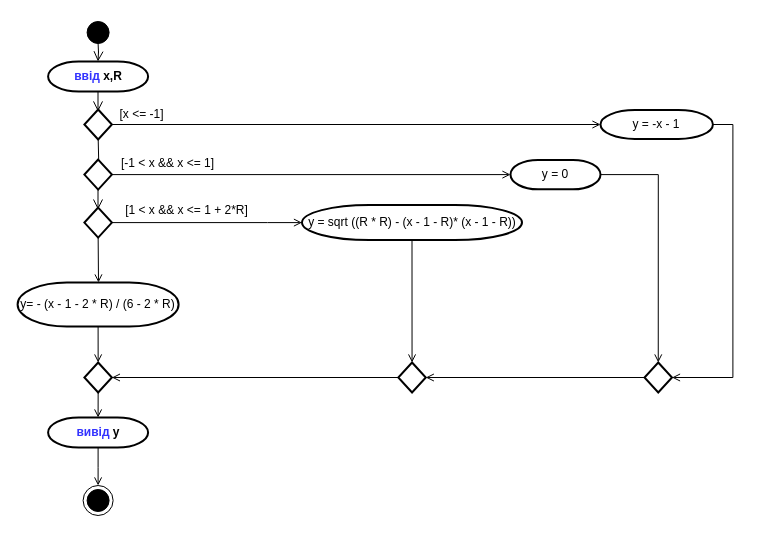
Before: page "Сторінка-2" (2 of 2) of lab_3.3 uml.drawio in viksi01/lab_3.3, a draw.io diagram. Source tidied: cells renumbered, new cells numbered last; positions are measured from the earlier drawing's top-left corner, leaving out a move shared by most shapes. Both pictures are drawn from the tidied source at 100%, with x=0, y=0 at pixel (17, 17).
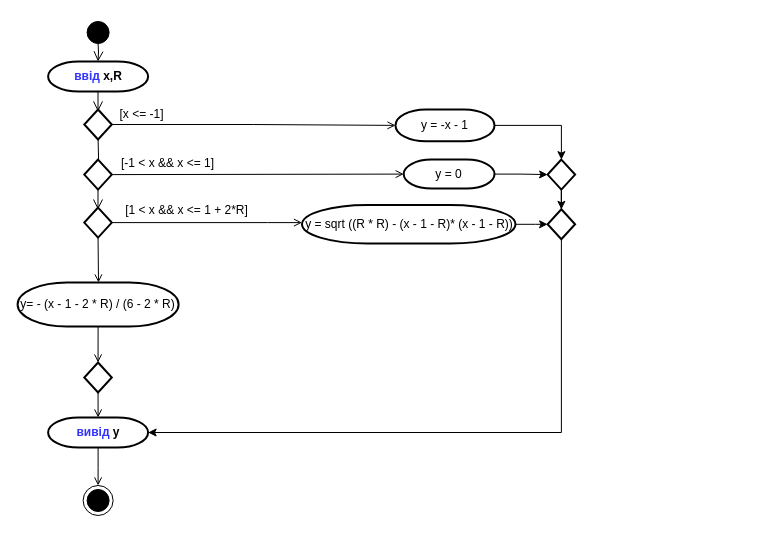
After the change.

Unchanged cells that the change refers to:
```xml
<mxCell id="28" value="&lt;font color=&quot;#3333ff&quot;&gt;вивід&lt;/font&gt; y" style="strokeWidth=2;html=1;shape=mxgraph.flowchart.terminator;whiteSpace=wrap;fontStyle=1;fontSize=12;" parent="1" vertex="1">
  <mxGeometry x="30.6" y="400" width="100" height="30" as="geometry" />
</mxCell>
```

Diff of the diagram source:
```diff
@@
     <mxCell id="6" style="rhombus;whiteSpace=wrap;html=1;strokeWidth=2;fontStyle=0;fontSize=12;" parent="1" vertex="1">
-      <mxGeometry x="66.9" y="92" width="27.5" height="30" as="geometry" />
+      <mxGeometry x="66.8" y="92" width="27.5" height="30" as="geometry" />
     </mxCell>
     <mxCell id="7" style="edgeStyle=orthogonalEdgeStyle;rounded=0;jettySize=auto;html=1;endArrow=open;endFill=0;strokeColor=#000000;fontStyle=0;fontSize=12;" parent="1" edge="1" target="8">
       <mxGeometry relative="1" as="geometry">
-        <mxPoint x="80.7" y="122" as="sourcePoint" />
+        <mxPoint x="80.6" y="122" as="sourcePoint" />
       </mxGeometry>
     </mxCell>
     <mxCell id="8" style="rhombus;whiteSpace=wrap;html=1;strokeWidth=2;fontStyle=0;fontSize=12;" parent="1" vertex="1">
-      <mxGeometry x="66.9" y="142.1" width="27.5" height="30" as="geometry" />
+      <mxGeometry x="66.8" y="142.1" width="27.5" height="30" as="geometry" />
     </mxCell>
@@
     <mxCell id="11" style="rhombus;whiteSpace=wrap;html=1;strokeWidth=2;fontStyle=0;fontSize=12;" parent="1" vertex="1">
-      <mxGeometry x="66.9" y="345" width="27.5" height="30" as="geometry" />
+      <mxGeometry x="66.8" y="345" width="27.5" height="30" as="geometry" />
     </mxCell>
@@
-    <mxCell id="14" style="edgeStyle=orthogonalEdgeStyle;rounded=0;jettySize=auto;html=1;entryX=1;entryY=0.5;entryDx=0;entryDy=0;exitX=1;exitY=0.5;exitDx=0;exitDy=0;exitPerimeter=0;endArrow=open;endFill=0;" parent="1" edge="1" source="15" target="34">
-      <mxGeometry relative="1" as="geometry" />
-    </mxCell>
+    <mxCell id="35" style="edgeStyle=orthogonalEdgeStyle;rounded=0;jettySize=auto;html=1;" parent="1" edge="1" source="15" target="39">
+      <mxGeometry relative="1" as="geometry" />
+    </mxCell>
     <mxCell id="15" value="&lt;font style=&quot;font-size: 12px;&quot;&gt;y = -x - 1&lt;br style=&quot;font-size: 12px;&quot;&gt;&lt;/font&gt;" style="strokeWidth=2;html=1;shape=mxgraph.flowchart.terminator;whiteSpace=wrap;rounded=1;fontStyle=0;fontSize=12;" parent="1" vertex="1">
-      <mxGeometry x="583" y="92.6" width="112.4" height="28.8" as="geometry" />
+      <mxGeometry x="378" y="92" width="99" height="31.8" as="geometry" />
     </mxCell>
-    <mxCell id="16" style="edgeStyle=orthogonalEdgeStyle;rounded=0;jettySize=auto;html=1;endArrow=open;endFill=0;entryX=0.5;entryY=0;entryDx=0;entryDy=0;fontSize=12;fontStyle=0;" parent="1" edge="1" source="17" target="34">
-      <mxGeometry relative="1" as="geometry" />
-    </mxCell>
+    <mxCell id="36" style="edgeStyle=orthogonalEdgeStyle;rounded=0;jettySize=auto;html=1;" parent="1" edge="1" source="17" target="39">
+      <mxGeometry relative="1" as="geometry" />
+    </mxCell>
     <mxCell id="17" value="&lt;font style=&quot;font-size: 12px;&quot;&gt;y = 0&lt;/font&gt;" style="strokeWidth=2;html=1;shape=mxgraph.flowchart.terminator;whiteSpace=wrap;rounded=1;fontStyle=0;fontSize=12;" parent="1" vertex="1">
-      <mxGeometry x="493" y="142.4" width="90" height="29.4" as="geometry" />
+      <mxGeometry x="386.2" y="142.1" width="90.8" height="29" as="geometry" />
     </mxCell>
@@
     <mxCell id="20" value="&lt;span style=&quot;font-size: 12px;&quot;&gt;[x &amp;lt;= -1]&lt;/span&gt;" style="text;html=1;align=center;verticalAlign=middle;strokeColor=none;fillColor=none;fontSize=12;fontStyle=0;" parent="1" vertex="1">
-      <mxGeometry x="93.4" y="84" width="62" height="26" as="geometry" />
+      <mxGeometry x="93.3" y="84" width="62" height="26" as="geometry" />
     </mxCell>
@@
     <mxCell id="24" style="rhombus;whiteSpace=wrap;html=1;strokeWidth=2;fontStyle=0;fontSize=12;" parent="1" vertex="1">
-      <mxGeometry x="66.9" y="190.1" width="27.5" height="30" as="geometry" />
+      <mxGeometry x="66.8" y="190.1" width="27.5" height="30" as="geometry" />
     </mxCell>
+    <mxCell id="30" style="edgeStyle=orthogonalEdgeStyle;rounded=0;jettySize=auto;html=1;entryX=0;entryY=0.5;entryDx=0;entryDy=0;" parent="1" edge="1" source="25" target="32">
+      <mxGeometry relative="1" as="geometry" />
+    </mxCell>
     <mxCell id="25" value="y = sqrt ((R * R) - (x - 1 - R)* (x - 1 - R))" style="strokeWidth=2;html=1;shape=mxgraph.flowchart.terminator;whiteSpace=wrap;rounded=1;fontStyle=0;fontSize=12;" parent="1" vertex="1">
-      <mxGeometry x="284.5" y="187.5" width="220" height="35.1" as="geometry" />
+      <mxGeometry x="284.5" y="187.5" width="213.5" height="38.5" as="geometry" />
     </mxCell>
     <mxCell id="26" value="&lt;span style=&quot;font-size: 12px;&quot;&gt;[1 &amp;lt; x &amp;amp;&amp;amp; x &amp;lt;= 1 + 2*R]&lt;/span&gt;" style="text;html=1;align=center;verticalAlign=middle;strokeColor=none;fillColor=none;fontSize=12;fontStyle=0;" parent="1" vertex="1">
-      <mxGeometry x="98.4" y="180" width="141" height="26" as="geometry" />
+      <mxGeometry x="98.3" y="180" width="141" height="26" as="geometry" />
     </mxCell>
@@
-    <mxCell id="30" style="endArrow=open;html=1;rounded=0;fontSize=12;exitX=0.5;exitY=1;exitDx=0;exitDy=0;exitPerimeter=0;entryX=0.5;entryY=0;entryDx=0;entryDy=0;endFill=0;fontStyle=0;" parent="1" edge="1" source="25" target="32">
-      <mxGeometry relative="1" as="geometry" />
-    </mxCell>
-    <mxCell id="31" style="edgeStyle=orthogonalEdgeStyle;rounded=0;jettySize=auto;html=1;fontSize=12;endArrow=open;endFill=0;entryX=1;entryY=0.5;entryDx=0;entryDy=0;fontStyle=0;" parent="1" edge="1" source="32" target="11">
-      <mxGeometry relative="1" as="geometry" />
-    </mxCell>
+    <mxCell id="37" style="edgeStyle=orthogonalEdgeStyle;rounded=0;jettySize=auto;html=1;entryX=1;entryY=0.5;entryDx=0;entryDy=0;entryPerimeter=0;" parent="1" edge="1" source="32" target="28">
+      <mxGeometry relative="1" as="geometry">
+        <Array as="points">
+          <mxPoint x="544.1" y="415" />
+        </Array>
+      </mxGeometry>
+    </mxCell>
     <mxCell id="32" style="rhombus;whiteSpace=wrap;html=1;strokeWidth=2;fontStyle=0;fontSize=12;" parent="1" vertex="1">
-      <mxGeometry x="380.8" y="345" width="27.5" height="30" as="geometry" />
+      <mxGeometry x="530.1" y="191.8" width="27.5" height="30" as="geometry" />
     </mxCell>
-    <mxCell id="33" style="edgeStyle=orthogonalEdgeStyle;rounded=0;jettySize=auto;html=1;endArrow=open;endFill=0;entryX=1;entryY=0.5;entryDx=0;entryDy=0;fontSize=12;fontStyle=0;" parent="1" edge="1" source="34" target="32">
-      <mxGeometry relative="1" as="geometry" />
-    </mxCell>
-    <mxCell id="34" style="rhombus;whiteSpace=wrap;html=1;strokeWidth=2;fontStyle=0;fontSize=12;" parent="1" vertex="1">
-      <mxGeometry x="627" y="345" width="27.5" height="30" as="geometry" />
-    </mxCell>
+    <mxCell id="38" style="edgeStyle=orthogonalEdgeStyle;rounded=0;jettySize=auto;html=1;" parent="1" edge="1" source="39" target="32">
+      <mxGeometry relative="1" as="geometry" />
+    </mxCell>
+    <mxCell id="39" style="rhombus;whiteSpace=wrap;html=1;strokeWidth=2;fontStyle=0;fontSize=12;" parent="1" vertex="1">
+      <mxGeometry x="530.1" y="142.1" width="27.5" height="30" as="geometry" />
+    </mxCell>
```
